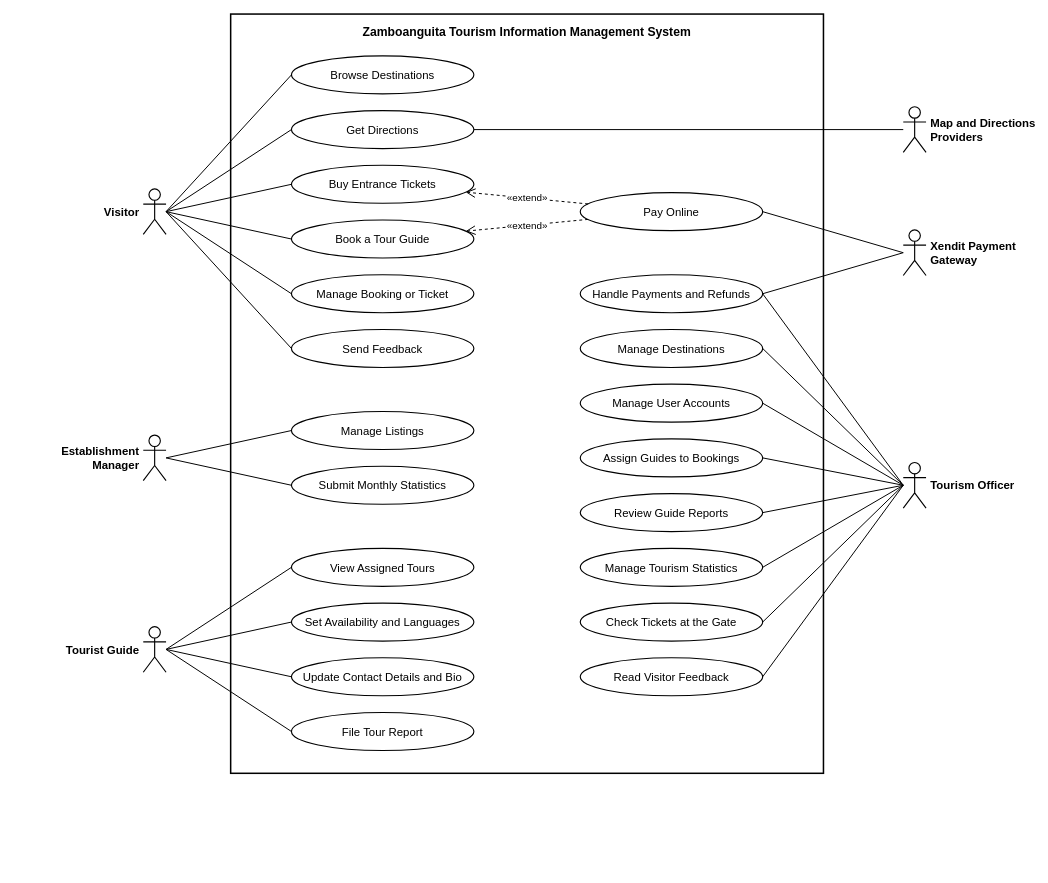
This is docs/diagrams/use-case/uc-0-ztims-all.drawio from jefee0101/ZTIMS, a draw.io file, before an edit. Source tidied: cells renumbered, new cells numbered last; positions are measured from the earlier drawing's top-left corner, leaving out a move shared by most shapes. Both pictures are drawn from the tidied source at 76%, with x=0, y=0 at pixel (143, 14).
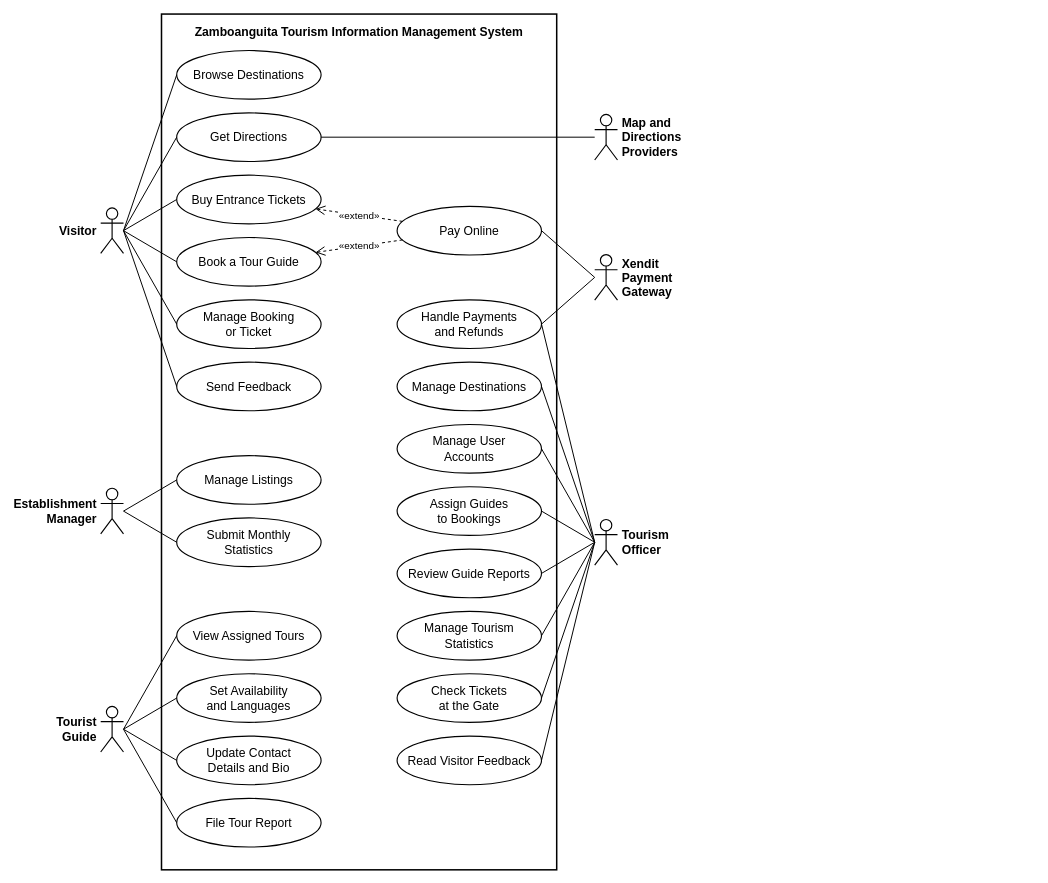
After the change.

Commit message (it also covers changes not shown here):
Fit the combined use case diagram to one portrait page

Narrower and taller with larger text: 6.5 x 8.3 inches at 421 dpi, so it
fills the width of a page with 1-inch margins and leaves room for the
caption, with labels printing at about 8 pt.

Claude-Session: https://claude.ai/code/session_01DodXmhEpoi71garNeHNJmv

The edit, as a diff of the source:
```diff
@@
     <mxCell id="2" value="Zamboanguita Tourism Information Management System" style="rounded=0;whiteSpace=wrap;html=1;verticalAlign=top;spacingTop=8;fillColor=none;strokeColor=#000000;strokeWidth=2;fontColor=#000000;fontStyle=1;fontSize=16;" parent="1" vertex="1">
-      <mxGeometry x="115" width="780" height="999" as="geometry" />
+      <mxGeometry x="24" width="520" height="1126" as="geometry" />
     </mxCell>
-    <mxCell id="3" value="Browse Destinations" style="ellipse;whiteSpace=wrap;html=1;fillColor=#ffffff;strokeColor=#000000;strokeWidth=1.5;fontColor=#000000;fontSize=15;" parent="1" vertex="1">
-      <mxGeometry x="195" y="55" width="240" height="50" as="geometry" />
+    <mxCell id="3" value="Browse Destinations" style="ellipse;whiteSpace=wrap;html=1;fillColor=#ffffff;strokeColor=#000000;strokeWidth=1.5;fontColor=#000000;fontSize=16;" parent="1" vertex="1">
+      <mxGeometry x="44" y="48" width="190" height="64" as="geometry" />
     </mxCell>
-    <mxCell id="4" value="Get Directions" style="ellipse;whiteSpace=wrap;html=1;fillColor=#ffffff;strokeColor=#000000;strokeWidth=1.5;fontColor=#000000;fontSize=15;" parent="1" vertex="1">
-      <mxGeometry x="195" y="127" width="240" height="50" as="geometry" />
+    <mxCell id="4" value="Get Directions" style="ellipse;whiteSpace=wrap;html=1;fillColor=#ffffff;strokeColor=#000000;strokeWidth=1.5;fontColor=#000000;fontSize=16;" parent="1" vertex="1">
+      <mxGeometry x="44" y="130" width="190" height="64" as="geometry" />
     </mxCell>
-    <mxCell id="5" value="Buy Entrance Tickets" style="ellipse;whiteSpace=wrap;html=1;fillColor=#ffffff;strokeColor=#000000;strokeWidth=1.5;fontColor=#000000;fontSize=15;" parent="1" vertex="1">
-      <mxGeometry x="195" y="199" width="240" height="50" as="geometry" />
+    <mxCell id="5" value="Buy Entrance Tickets" style="ellipse;whiteSpace=wrap;html=1;fillColor=#ffffff;strokeColor=#000000;strokeWidth=1.5;fontColor=#000000;fontSize=16;" parent="1" vertex="1">
+      <mxGeometry x="44" y="212" width="190" height="64" as="geometry" />
     </mxCell>
-    <mxCell id="6" value="Book a Tour Guide" style="ellipse;whiteSpace=wrap;html=1;fillColor=#ffffff;strokeColor=#000000;strokeWidth=1.5;fontColor=#000000;fontSize=15;" parent="1" vertex="1">
-      <mxGeometry x="195" y="271" width="240" height="50" as="geometry" />
+    <mxCell id="6" value="Book a Tour Guide" style="ellipse;whiteSpace=wrap;html=1;fillColor=#ffffff;strokeColor=#000000;strokeWidth=1.5;fontColor=#000000;fontSize=16;" parent="1" vertex="1">
+      <mxGeometry x="44" y="294" width="190" height="64" as="geometry" />
     </mxCell>
-    <mxCell id="7" value="Manage Booking or Ticket" style="ellipse;whiteSpace=wrap;html=1;fillColor=#ffffff;strokeColor=#000000;strokeWidth=1.5;fontColor=#000000;fontSize=15;" parent="1" vertex="1">
-      <mxGeometry x="195" y="343" width="240" height="50" as="geometry" />
+    <mxCell id="7" value="Manage Booking&lt;br&gt;or Ticket" style="ellipse;whiteSpace=wrap;html=1;fillColor=#ffffff;strokeColor=#000000;strokeWidth=1.5;fontColor=#000000;fontSize=16;" parent="1" vertex="1">
+      <mxGeometry x="44" y="376" width="190" height="64" as="geometry" />
     </mxCell>
-    <mxCell id="8" value="Send Feedback" style="ellipse;whiteSpace=wrap;html=1;fillColor=#ffffff;strokeColor=#000000;strokeWidth=1.5;fontColor=#000000;fontSize=15;" parent="1" vertex="1">
-      <mxGeometry x="195" y="415" width="240" height="50" as="geometry" />
+    <mxCell id="8" value="Send Feedback" style="ellipse;whiteSpace=wrap;html=1;fillColor=#ffffff;strokeColor=#000000;strokeWidth=1.5;fontColor=#000000;fontSize=16;" parent="1" vertex="1">
+      <mxGeometry x="44" y="458" width="190" height="64" as="geometry" />
     </mxCell>
-    <mxCell id="9" value="Manage Listings" style="ellipse;whiteSpace=wrap;html=1;fillColor=#ffffff;strokeColor=#000000;strokeWidth=1.5;fontColor=#000000;fontSize=15;" parent="1" vertex="1">
-      <mxGeometry x="195" y="523" width="240" height="50" as="geometry" />
+    <mxCell id="9" value="Manage Listings" style="ellipse;whiteSpace=wrap;html=1;fillColor=#ffffff;strokeColor=#000000;strokeWidth=1.5;fontColor=#000000;fontSize=16;" parent="1" vertex="1">
+      <mxGeometry x="44" y="581" width="190" height="64" as="geometry" />
     </mxCell>
-    <mxCell id="10" value="Submit Monthly Statistics" style="ellipse;whiteSpace=wrap;html=1;fillColor=#ffffff;strokeColor=#000000;strokeWidth=1.5;fontColor=#000000;fontSize=15;" parent="1" vertex="1">
-      <mxGeometry x="195" y="595" width="240" height="50" as="geometry" />
+    <mxCell id="10" value="Submit Monthly&lt;br&gt;Statistics" style="ellipse;whiteSpace=wrap;html=1;fillColor=#ffffff;strokeColor=#000000;strokeWidth=1.5;fontColor=#000000;fontSize=16;" parent="1" vertex="1">
+      <mxGeometry x="44" y="663" width="190" height="64" as="geometry" />
     </mxCell>
-    <mxCell id="11" value="View Assigned Tours" style="ellipse;whiteSpace=wrap;html=1;fillColor=#ffffff;strokeColor=#000000;strokeWidth=1.5;fontColor=#000000;fontSize=15;" parent="1" vertex="1">
-      <mxGeometry x="195" y="703" width="240" height="50" as="geometry" />
+    <mxCell id="11" value="View Assigned Tours" style="ellipse;whiteSpace=wrap;html=1;fillColor=#ffffff;strokeColor=#000000;strokeWidth=1.5;fontColor=#000000;fontSize=16;" parent="1" vertex="1">
+      <mxGeometry x="44" y="786" width="190" height="64" as="geometry" />
     </mxCell>
-    <mxCell id="12" value="Set Availability and Languages" style="ellipse;whiteSpace=wrap;html=1;fillColor=#ffffff;strokeColor=#000000;strokeWidth=1.5;fontColor=#000000;fontSize=15;" parent="1" vertex="1">
-      <mxGeometry x="195" y="775" width="240" height="50" as="geometry" />
+    <mxCell id="12" value="Set Availability&lt;br&gt;and Languages" style="ellipse;whiteSpace=wrap;html=1;fillColor=#ffffff;strokeColor=#000000;strokeWidth=1.5;fontColor=#000000;fontSize=16;" parent="1" vertex="1">
+      <mxGeometry x="44" y="868" width="190" height="64" as="geometry" />
     </mxCell>
-    <mxCell id="13" value="Update Contact Details and Bio" style="ellipse;whiteSpace=wrap;html=1;fillColor=#ffffff;strokeColor=#000000;strokeWidth=1.5;fontColor=#000000;fontSize=15;" parent="1" vertex="1">
-      <mxGeometry x="195" y="847" width="240" height="50" as="geometry" />
+    <mxCell id="13" value="Update Contact&lt;br&gt;Details and Bio" style="ellipse;whiteSpace=wrap;html=1;fillColor=#ffffff;strokeColor=#000000;strokeWidth=1.5;fontColor=#000000;fontSize=16;" parent="1" vertex="1">
+      <mxGeometry x="44" y="950" width="190" height="64" as="geometry" />
     </mxCell>
-    <mxCell id="14" value="File Tour Report" style="ellipse;whiteSpace=wrap;html=1;fillColor=#ffffff;strokeColor=#000000;strokeWidth=1.5;fontColor=#000000;fontSize=15;" parent="1" vertex="1">
-      <mxGeometry x="195" y="919" width="240" height="50" as="geometry" />
+    <mxCell id="14" value="File Tour Report" style="ellipse;whiteSpace=wrap;html=1;fillColor=#ffffff;strokeColor=#000000;strokeWidth=1.5;fontColor=#000000;fontSize=16;" parent="1" vertex="1">
+      <mxGeometry x="44" y="1032" width="190" height="64" as="geometry" />
     </mxCell>
-    <mxCell id="15" value="Pay Online" style="ellipse;whiteSpace=wrap;html=1;fillColor=#ffffff;strokeColor=#000000;strokeWidth=1.5;fontColor=#000000;fontSize=15;" parent="1" vertex="1">
-      <mxGeometry x="575" y="235" width="240" height="50" as="geometry" />
+    <mxCell id="15" value="Pay Online" style="ellipse;whiteSpace=wrap;html=1;fillColor=#ffffff;strokeColor=#000000;strokeWidth=1.5;fontColor=#000000;fontSize=16;" parent="1" vertex="1">
+      <mxGeometry x="334" y="253" width="190" height="64" as="geometry" />
     </mxCell>
-    <mxCell id="16" value="Handle Payments and Refunds" style="ellipse;whiteSpace=wrap;html=1;fillColor=#ffffff;strokeColor=#000000;strokeWidth=1.5;fontColor=#000000;fontSize=15;" parent="1" vertex="1">
-      <mxGeometry x="575" y="343" width="240" height="50" as="geometry" />
+    <mxCell id="16" value="Handle Payments&lt;br&gt;and Refunds" style="ellipse;whiteSpace=wrap;html=1;fillColor=#ffffff;strokeColor=#000000;strokeWidth=1.5;fontColor=#000000;fontSize=16;" parent="1" vertex="1">
+      <mxGeometry x="334" y="376" width="190" height="64" as="geometry" />
     </mxCell>
-    <mxCell id="17" value="Manage Destinations" style="ellipse;whiteSpace=wrap;html=1;fillColor=#ffffff;strokeColor=#000000;strokeWidth=1.5;fontColor=#000000;fontSize=15;" parent="1" vertex="1">
-      <mxGeometry x="575" y="415" width="240" height="50" as="geometry" />
+    <mxCell id="17" value="Manage Destinations" style="ellipse;whiteSpace=wrap;html=1;fillColor=#ffffff;strokeColor=#000000;strokeWidth=1.5;fontColor=#000000;fontSize=16;" parent="1" vertex="1">
+      <mxGeometry x="334" y="458" width="190" height="64" as="geometry" />
     </mxCell>
-    <mxCell id="18" value="Manage User Accounts" style="ellipse;whiteSpace=wrap;html=1;fillColor=#ffffff;strokeColor=#000000;strokeWidth=1.5;fontColor=#000000;fontSize=15;" parent="1" vertex="1">
-      <mxGeometry x="575" y="487" width="240" height="50" as="geometry" />
+    <mxCell id="18" value="Manage User&lt;br&gt;Accounts" style="ellipse;whiteSpace=wrap;html=1;fillColor=#ffffff;strokeColor=#000000;strokeWidth=1.5;fontColor=#000000;fontSize=16;" parent="1" vertex="1">
+      <mxGeometry x="334" y="540" width="190" height="64" as="geometry" />
     </mxCell>
-    <mxCell id="19" value="Assign Guides to Bookings" style="ellipse;whiteSpace=wrap;html=1;fillColor=#ffffff;strokeColor=#000000;strokeWidth=1.5;fontColor=#000000;fontSize=15;" parent="1" vertex="1">
-      <mxGeometry x="575" y="559" width="240" height="50" as="geometry" />
+    <mxCell id="19" value="Assign Guides&lt;br&gt;to Bookings" style="ellipse;whiteSpace=wrap;html=1;fillColor=#ffffff;strokeColor=#000000;strokeWidth=1.5;fontColor=#000000;fontSize=16;" parent="1" vertex="1">
+      <mxGeometry x="334" y="622" width="190" height="64" as="geometry" />
     </mxCell>
-    <mxCell id="20" value="Review Guide Reports" style="ellipse;whiteSpace=wrap;html=1;fillColor=#ffffff;strokeColor=#000000;strokeWidth=1.5;fontColor=#000000;fontSize=15;" parent="1" vertex="1">
-      <mxGeometry x="575" y="631" width="240" height="50" as="geometry" />
+    <mxCell id="20" value="Review Guide Reports" style="ellipse;whiteSpace=wrap;html=1;fillColor=#ffffff;strokeColor=#000000;strokeWidth=1.5;fontColor=#000000;fontSize=16;" parent="1" vertex="1">
+      <mxGeometry x="334" y="704" width="190" height="64" as="geometry" />
     </mxCell>
-    <mxCell id="21" value="Manage Tourism Statistics" style="ellipse;whiteSpace=wrap;html=1;fillColor=#ffffff;strokeColor=#000000;strokeWidth=1.5;fontColor=#000000;fontSize=15;" parent="1" vertex="1">
-      <mxGeometry x="575" y="703" width="240" height="50" as="geometry" />
+    <mxCell id="21" value="Manage Tourism&lt;br&gt;Statistics" style="ellipse;whiteSpace=wrap;html=1;fillColor=#ffffff;strokeColor=#000000;strokeWidth=1.5;fontColor=#000000;fontSize=16;" parent="1" vertex="1">
+      <mxGeometry x="334" y="786" width="190" height="64" as="geometry" />
     </mxCell>
-    <mxCell id="22" value="Check Tickets at the Gate" style="ellipse;whiteSpace=wrap;html=1;fillColor=#ffffff;strokeColor=#000000;strokeWidth=1.5;fontColor=#000000;fontSize=15;" parent="1" vertex="1">
-      <mxGeometry x="575" y="775" width="240" height="50" as="geometry" />
+    <mxCell id="22" value="Check Tickets&lt;br&gt;at the Gate" style="ellipse;whiteSpace=wrap;html=1;fillColor=#ffffff;strokeColor=#000000;strokeWidth=1.5;fontColor=#000000;fontSize=16;" parent="1" vertex="1">
+      <mxGeometry x="334" y="868" width="190" height="64" as="geometry" />
     </mxCell>
-    <mxCell id="23" value="Read Visitor Feedback" style="ellipse;whiteSpace=wrap;html=1;fillColor=#ffffff;strokeColor=#000000;strokeWidth=1.5;fontColor=#000000;fontSize=15;" parent="1" vertex="1">
-      <mxGeometry x="575" y="847" width="240" height="50" as="geometry" />
+    <mxCell id="23" value="Read Visitor Feedback" style="ellipse;whiteSpace=wrap;html=1;fillColor=#ffffff;strokeColor=#000000;strokeWidth=1.5;fontColor=#000000;fontSize=16;" parent="1" vertex="1">
+      <mxGeometry x="334" y="950" width="190" height="64" as="geometry" />
     </mxCell>
-    <mxCell id="24" value="Visitor" style="shape=umlActor;labelPosition=left;align=right;verticalLabelPosition=middle;verticalAlign=middle;spacing=6;html=1;outlineConnect=0;fillColor=#ffffff;strokeColor=#000000;strokeWidth=1.5;fontColor=#000000;fontStyle=1;fontSize=15;" parent="1" vertex="1">
-      <mxGeometry y="230" width="30" height="60" as="geometry" />
+    <mxCell id="24" value="Visitor" style="shape=umlActor;labelPosition=left;align=right;verticalLabelPosition=middle;verticalAlign=middle;spacing=6;html=1;outlineConnect=0;fillColor=#ffffff;strokeColor=#000000;strokeWidth=1.5;fontColor=#000000;fontStyle=1;fontSize=16;" parent="1" vertex="1">
+      <mxGeometry x="-56" y="255" width="30" height="60" as="geometry" />
     </mxCell>
@@
-    <mxCell id="31" value="Establishment&lt;br&gt;Manager" style="shape=umlActor;labelPosition=left;align=right;verticalLabelPosition=middle;verticalAlign=middle;spacing=6;html=1;outlineConnect=0;fillColor=#ffffff;strokeColor=#000000;strokeWidth=1.5;fontColor=#000000;fontStyle=1;fontSize=15;" parent="1" vertex="1">
-      <mxGeometry y="554" width="30" height="60" as="geometry" />
+    <mxCell id="31" value="Establishment&lt;br&gt;Manager" style="shape=umlActor;labelPosition=left;align=right;verticalLabelPosition=middle;verticalAlign=middle;spacing=6;html=1;outlineConnect=0;fillColor=#ffffff;strokeColor=#000000;strokeWidth=1.5;fontColor=#000000;fontStyle=1;fontSize=16;" parent="1" vertex="1">
+      <mxGeometry x="-56" y="624" width="30" height="60" as="geometry" />
     </mxCell>
@@
-    <mxCell id="34" value="Tourist Guide" style="shape=umlActor;labelPosition=left;align=right;verticalLabelPosition=middle;verticalAlign=middle;spacing=6;html=1;outlineConnect=0;fillColor=#ffffff;strokeColor=#000000;strokeWidth=1.5;fontColor=#000000;fontStyle=1;fontSize=15;" parent="1" vertex="1">
-      <mxGeometry y="806" width="30" height="60" as="geometry" />
+    <mxCell id="34" value="Tourist&lt;br&gt;Guide" style="shape=umlActor;labelPosition=left;align=right;verticalLabelPosition=middle;verticalAlign=middle;spacing=6;html=1;outlineConnect=0;fillColor=#ffffff;strokeColor=#000000;strokeWidth=1.5;fontColor=#000000;fontStyle=1;fontSize=16;" parent="1" vertex="1">
+      <mxGeometry x="-56" y="911" width="30" height="60" as="geometry" />
     </mxCell>
@@
-    <mxCell id="39" value="Map and Directions&lt;br&gt;Providers" style="shape=umlActor;labelPosition=right;align=left;verticalLabelPosition=middle;verticalAlign=middle;spacing=6;html=1;outlineConnect=0;fillColor=#ffffff;strokeColor=#000000;strokeWidth=1.5;fontColor=#000000;fontStyle=1;fontSize=15;" parent="1" vertex="1">
-      <mxGeometry x="1000" y="122" width="30" height="60" as="geometry" />
+    <mxCell id="39" value="Map and&lt;br&gt;Directions&lt;br&gt;Providers" style="shape=umlActor;labelPosition=right;align=left;verticalLabelPosition=middle;verticalAlign=middle;spacing=6;html=1;outlineConnect=0;fillColor=#ffffff;strokeColor=#000000;strokeWidth=1.5;fontColor=#000000;fontStyle=1;fontSize=16;" parent="1" vertex="1">
+      <mxGeometry x="594" y="132" width="30" height="60" as="geometry" />
     </mxCell>
@@
-    <mxCell id="41" value="Xendit Payment&lt;br&gt;Gateway" style="shape=umlActor;labelPosition=right;align=left;verticalLabelPosition=middle;verticalAlign=middle;spacing=6;html=1;outlineConnect=0;fillColor=#ffffff;strokeColor=#000000;strokeWidth=1.5;fontColor=#000000;fontStyle=1;fontSize=15;" parent="1" vertex="1">
-      <mxGeometry x="1000" y="284" width="30" height="60" as="geometry" />
+    <mxCell id="41" value="Xendit&lt;br&gt;Payment&lt;br&gt;Gateway" style="shape=umlActor;labelPosition=right;align=left;verticalLabelPosition=middle;verticalAlign=middle;spacing=6;html=1;outlineConnect=0;fillColor=#ffffff;strokeColor=#000000;strokeWidth=1.5;fontColor=#000000;fontStyle=1;fontSize=16;" parent="1" vertex="1">
+      <mxGeometry x="594" y="316.5" width="30" height="60" as="geometry" />
     </mxCell>
@@
-    <mxCell id="44" value="Tourism Officer" style="shape=umlActor;labelPosition=right;align=left;verticalLabelPosition=middle;verticalAlign=middle;spacing=6;html=1;outlineConnect=0;fillColor=#ffffff;strokeColor=#000000;strokeWidth=1.5;fontColor=#000000;fontStyle=1;fontSize=15;" parent="1" vertex="1">
-      <mxGeometry x="1000" y="590" width="30" height="60" as="geometry" />
+    <mxCell id="44" value="Tourism&lt;br&gt;Officer" style="shape=umlActor;labelPosition=right;align=left;verticalLabelPosition=middle;verticalAlign=middle;spacing=6;html=1;outlineConnect=0;fillColor=#ffffff;strokeColor=#000000;strokeWidth=1.5;fontColor=#000000;fontStyle=1;fontSize=16;" parent="1" vertex="1">
+      <mxGeometry x="594" y="665" width="30" height="60" as="geometry" />
     </mxCell>
```
